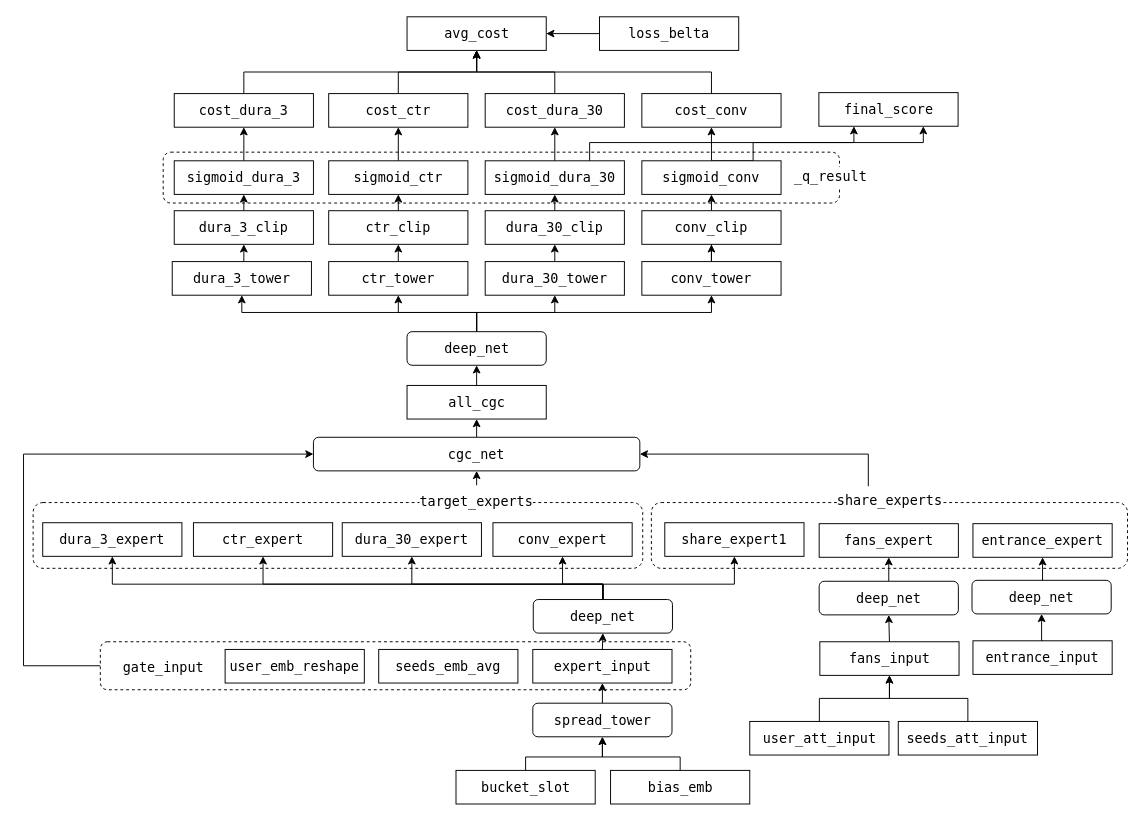
This is immer_model.drawio from snorlaxse/draw.io, a draw.io file, before an edit. Source tidied: cells renumbered, new cells numbered last; positions are measured from the earlier drawing's top-left corner, leaving out a move shared by most shapes. Both pictures are drawn from the tidied source at 96%, with x=0, y=0 at pixel (23, 16).
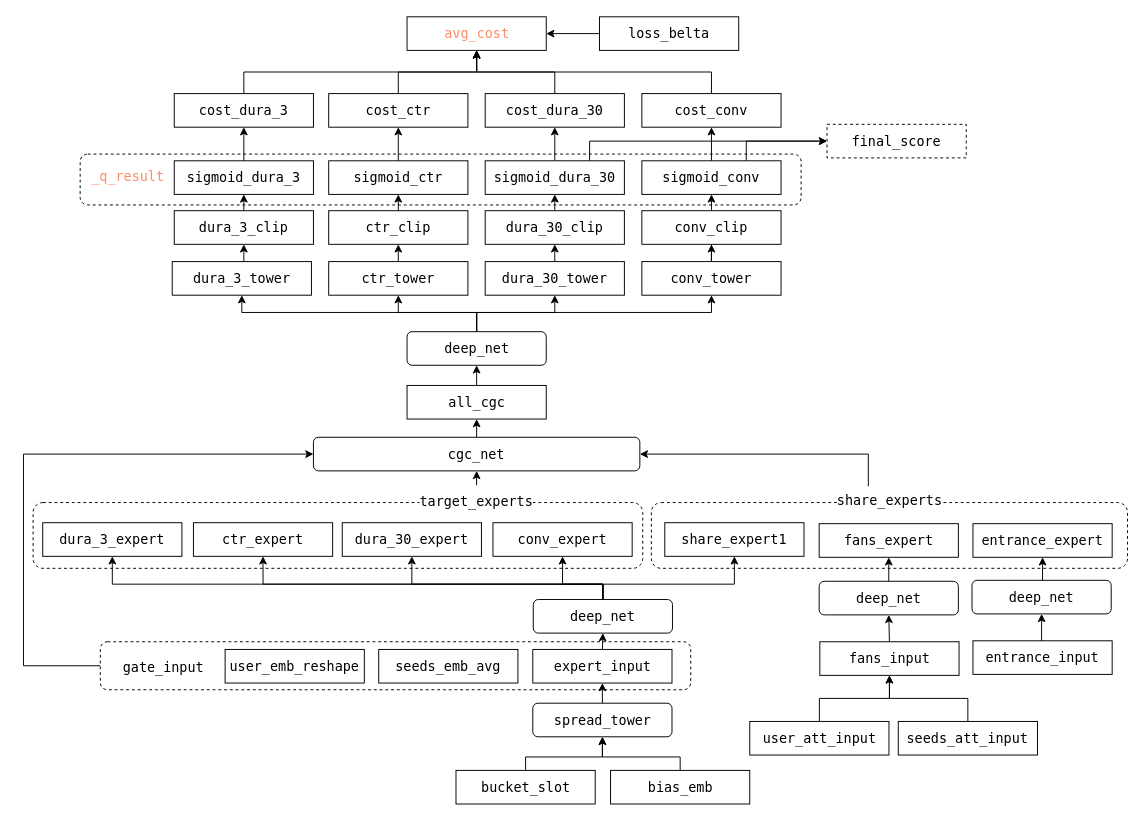
Above is the later version.

Unchanged cells that the change refers to:
```xml
<mxCell id="78" value="&lt;div style=&quot;background-color: rgb(255, 255, 255); font-family: &amp;quot;Fira Code&amp;quot;, Menlo, Monaco, &amp;quot;Courier New&amp;quot;, monospace; font-size: 14px; line-height: 21px; white-space: pre;&quot;&gt;&lt;div style=&quot;line-height: 21px;&quot;&gt;&lt;div style=&quot;line-height: 21px;&quot;&gt;&lt;div style=&quot;line-height: 21px;&quot;&gt;&lt;div style=&quot;line-height: 21px;&quot;&gt;&lt;div style=&quot;line-height: 21px;&quot;&gt;&lt;div style=&quot;line-height: 21px;&quot;&gt;&lt;div style=&quot;line-height: 21px;&quot;&gt;&lt;div style=&quot;line-height: 21px;&quot;&gt;sigmoid_dura_30&lt;/div&gt;&lt;/div&gt;&lt;/div&gt;&lt;/div&gt;&lt;/div&gt;&lt;/div&gt;&lt;/div&gt;&lt;/div&gt;&lt;/div&gt;" style="rounded=0;whiteSpace=wrap;html=1;" parent="1" vertex="1">
  <mxGeometry x="480.9" y="150" width="145" height="35" as="geometry" />
</mxCell>
<mxCell id="81" value="&lt;div style=&quot;background-color: rgb(255, 255, 255); font-family: &amp;quot;Fira Code&amp;quot;, Menlo, Monaco, &amp;quot;Courier New&amp;quot;, monospace; font-size: 14px; line-height: 21px; white-space: pre;&quot;&gt;&lt;div style=&quot;line-height: 21px;&quot;&gt;&lt;div style=&quot;line-height: 21px;&quot;&gt;&lt;div style=&quot;line-height: 21px;&quot;&gt;&lt;div style=&quot;line-height: 21px;&quot;&gt;&lt;div style=&quot;line-height: 21px;&quot;&gt;&lt;div style=&quot;line-height: 21px;&quot;&gt;&lt;div style=&quot;line-height: 21px;&quot;&gt;&lt;div style=&quot;line-height: 21px;&quot;&gt;sigmoid_conv&lt;/div&gt;&lt;/div&gt;&lt;/div&gt;&lt;/div&gt;&lt;/div&gt;&lt;/div&gt;&lt;/div&gt;&lt;/div&gt;&lt;/div&gt;" style="rounded=0;whiteSpace=wrap;html=1;" parent="1" vertex="1">
  <mxGeometry x="644.1" y="150" width="145" height="35" as="geometry" />
</mxCell>
```

What changed in the source:
```diff
@@
     <mxCell id="2" style="rounded=1;whiteSpace=wrap;html=1;dashed=1;" parent="1" vertex="1">
-      <mxGeometry x="145.5" y="141" width="704.5" height="53" as="geometry" />
+      <mxGeometry x="59" y="143" width="751" height="53" as="geometry" />
     </mxCell>
@@
-    <mxCell id="77" style="edgeStyle=orthogonalEdgeStyle;rounded=0;jettySize=auto;html=1;exitX=0.75;exitY=0;exitDx=0;exitDy=0;" parent="1" edge="1" target="94">
-      <mxGeometry relative="1" as="geometry">
-        <mxPoint x="589.7" y="165" as="sourcePoint" />
-        <Array as="points">
-          <mxPoint x="590" y="131" />
-          <mxPoint x="865" y="131" />
-        </Array>
-      </mxGeometry>
-    </mxCell>
+    <mxCell id="95" style="edgeStyle=orthogonalEdgeStyle;rounded=0;jettySize=auto;html=1;exitX=0.75;exitY=0;exitDx=0;exitDy=0;entryX=0;entryY=0.5;entryDx=0;entryDy=0;" parent="1" edge="1" source="78" target="94">
+      <mxGeometry relative="1" as="geometry" />
+    </mxCell>
@@
-    <mxCell id="80" style="edgeStyle=orthogonalEdgeStyle;rounded=0;jettySize=auto;html=1;exitX=0.5;exitY=0;exitDx=0;exitDy=0;entryX=0.75;entryY=1;entryDx=0;entryDy=0;" parent="1" edge="1" source="81" target="94">
-      <mxGeometry relative="1" as="geometry">
-        <Array as="points">
-          <mxPoint x="760" y="150" />
-          <mxPoint x="760" y="131" />
-          <mxPoint x="938" y="131" />
-        </Array>
-      </mxGeometry>
+    <mxCell id="80" style="edgeStyle=orthogonalEdgeStyle;rounded=0;jettySize=auto;html=1;exitX=0.75;exitY=0;exitDx=0;exitDy=0;entryX=0;entryY=0.5;entryDx=0;entryDy=0;" parent="1" edge="1" source="81" target="94">
+      <mxGeometry relative="1" as="geometry" />
     </mxCell>
@@
-    <mxCell id="90" value="&lt;div style=&quot;background-color: rgb(255, 255, 255); font-family: &amp;quot;Fira Code&amp;quot;, Menlo, Monaco, &amp;quot;Courier New&amp;quot;, monospace; font-size: 14px; line-height: 21px; white-space: pre;&quot;&gt;&lt;div style=&quot;line-height: 21px;&quot;&gt;&lt;div style=&quot;line-height: 21px;&quot;&gt;&lt;div style=&quot;line-height: 21px;&quot;&gt;&lt;div style=&quot;line-height: 21px;&quot;&gt;avg_cost&lt;/div&gt;&lt;/div&gt;&lt;/div&gt;&lt;/div&gt;&lt;/div&gt;" style="rounded=0;whiteSpace=wrap;html=1;" parent="1" vertex="1">
+    <mxCell id="90" value="&lt;div style=&quot;background-color: rgb(255, 255, 255); font-family: &amp;quot;Fira Code&amp;quot;, Menlo, Monaco, &amp;quot;Courier New&amp;quot;, monospace; font-size: 14px; line-height: 21px; white-space: pre;&quot;&gt;&lt;div style=&quot;line-height: 21px;&quot;&gt;&lt;div style=&quot;line-height: 21px;&quot;&gt;&lt;div style=&quot;line-height: 21px;&quot;&gt;&lt;div style=&quot;line-height: 21px;&quot;&gt;&lt;font color=&quot;#fc8d6a&quot;&gt;avg_cost&lt;/font&gt;&lt;/div&gt;&lt;/div&gt;&lt;/div&gt;&lt;/div&gt;&lt;/div&gt;" style="rounded=0;whiteSpace=wrap;html=1;" parent="1" vertex="1">
       <mxGeometry x="399.5" width="145" height="35" as="geometry" />
     </mxCell>
@@
-    <mxCell id="93" value="&lt;div style=&quot;color: #000000;background-color: #ffffff;font-family: 'Fira Code', Menlo, Monaco, 'Courier New', monospace;font-weight: normal;font-size: 14px;line-height: 21px;white-space: pre;&quot;&gt;&lt;div&gt;&lt;span style=&quot;color: #000000;&quot;&gt;_q_result&lt;/span&gt;&lt;/div&gt;&lt;/div&gt;" style="text;whiteSpace=wrap;html=1;" parent="1" vertex="1">
-      <mxGeometry x="801.2" y="150" width="110" height="40" as="geometry" />
+    <mxCell id="93" value="&lt;div style=&quot;background-color: rgb(255, 255, 255); font-family: &amp;quot;Fira Code&amp;quot;, Menlo, Monaco, &amp;quot;Courier New&amp;quot;, monospace; font-weight: normal; font-size: 14px; line-height: 21px; white-space: pre;&quot;&gt;&lt;div style=&quot;&quot;&gt;&lt;font color=&quot;#fc8d6a&quot;&gt;_q_result&lt;/font&gt;&lt;/div&gt;&lt;/div&gt;" style="text;whiteSpace=wrap;html=1;" parent="1" vertex="1">
+      <mxGeometry x="69" y="150" width="110" height="40" as="geometry" />
     </mxCell>
-    <mxCell id="94" value="&lt;div style=&quot;background-color: rgb(255, 255, 255); font-family: &amp;quot;Fira Code&amp;quot;, Menlo, Monaco, &amp;quot;Courier New&amp;quot;, monospace; font-size: 14px; line-height: 21px; white-space: pre;&quot;&gt;&lt;div style=&quot;line-height: 21px;&quot;&gt;&lt;div style=&quot;line-height: 21px;&quot;&gt;&lt;div style=&quot;line-height: 21px;&quot;&gt;&lt;div style=&quot;line-height: 21px;&quot;&gt;&lt;div style=&quot;line-height: 21px;&quot;&gt;&lt;div style=&quot;line-height: 21px;&quot;&gt;&lt;div style=&quot;line-height: 21px;&quot;&gt;&lt;div style=&quot;line-height: 21px;&quot;&gt;&lt;div style=&quot;line-height: 21px;&quot;&gt;final_score&lt;/div&gt;&lt;/div&gt;&lt;/div&gt;&lt;/div&gt;&lt;/div&gt;&lt;/div&gt;&lt;/div&gt;&lt;/div&gt;&lt;/div&gt;&lt;/div&gt;" style="rounded=0;whiteSpace=wrap;html=1;" parent="1" vertex="1">
-      <mxGeometry x="828.5" y="79" width="145" height="35" as="geometry" />
+    <mxCell id="94" value="&lt;div style=&quot;background-color: rgb(255, 255, 255); font-family: &amp;quot;Fira Code&amp;quot;, Menlo, Monaco, &amp;quot;Courier New&amp;quot;, monospace; font-size: 14px; line-height: 21px; white-space: pre;&quot;&gt;&lt;div style=&quot;line-height: 21px;&quot;&gt;&lt;div style=&quot;line-height: 21px;&quot;&gt;&lt;div style=&quot;line-height: 21px;&quot;&gt;&lt;div style=&quot;line-height: 21px;&quot;&gt;&lt;div style=&quot;line-height: 21px;&quot;&gt;&lt;div style=&quot;line-height: 21px;&quot;&gt;&lt;div style=&quot;line-height: 21px;&quot;&gt;&lt;div style=&quot;line-height: 21px;&quot;&gt;&lt;div style=&quot;line-height: 21px;&quot;&gt;final_score&lt;/div&gt;&lt;/div&gt;&lt;/div&gt;&lt;/div&gt;&lt;/div&gt;&lt;/div&gt;&lt;/div&gt;&lt;/div&gt;&lt;/div&gt;&lt;/div&gt;" style="rounded=0;whiteSpace=wrap;html=1;dashed=1;" parent="1" vertex="1">
+      <mxGeometry x="837" y="112" width="145" height="35" as="geometry" />
     </mxCell>
```
